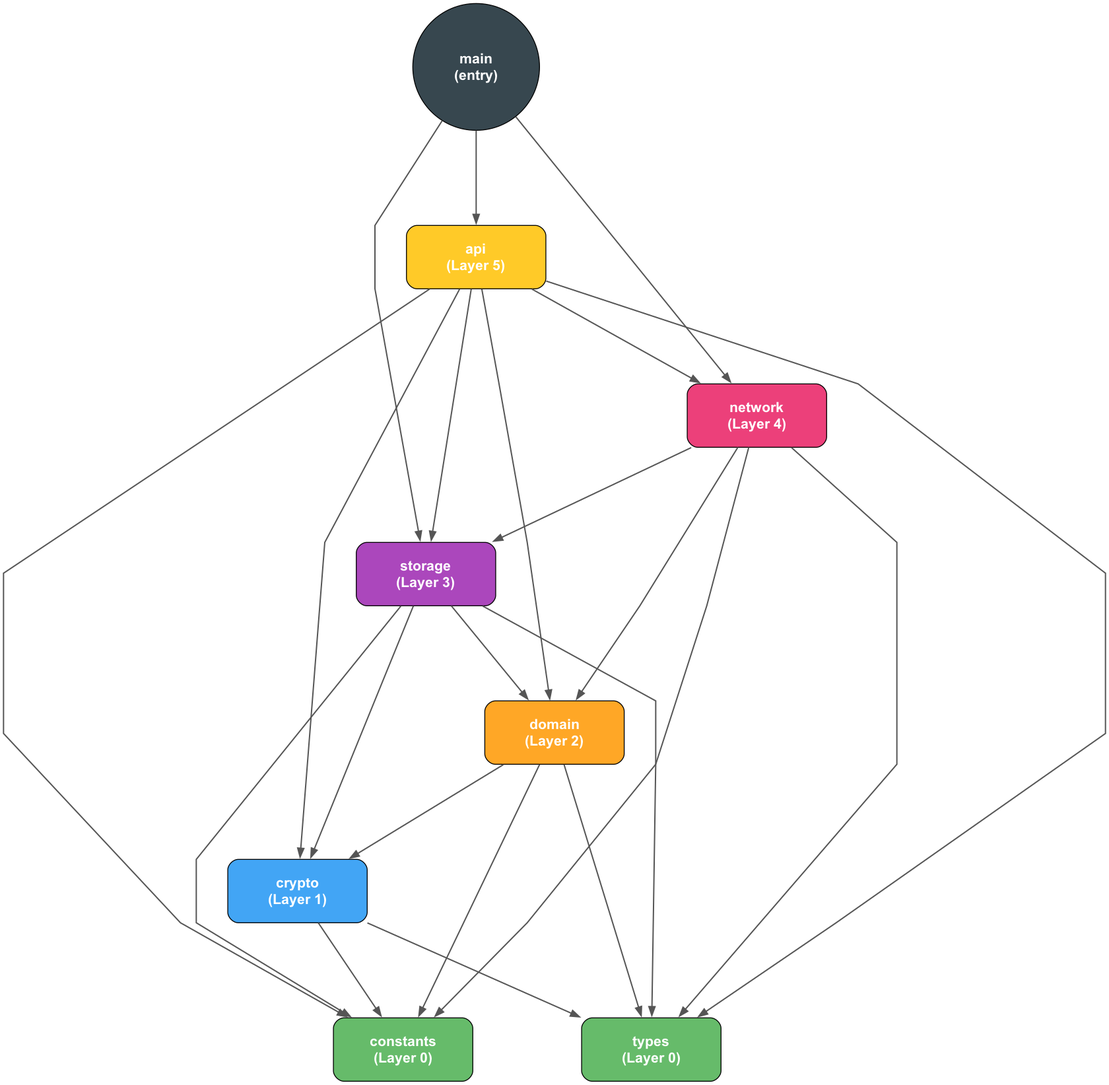
Above: docs/module-structure.png in aram-devdocs/goud_chain (Graphviz), before the change. Its source is kept beside it as docs/module-structure.dot.
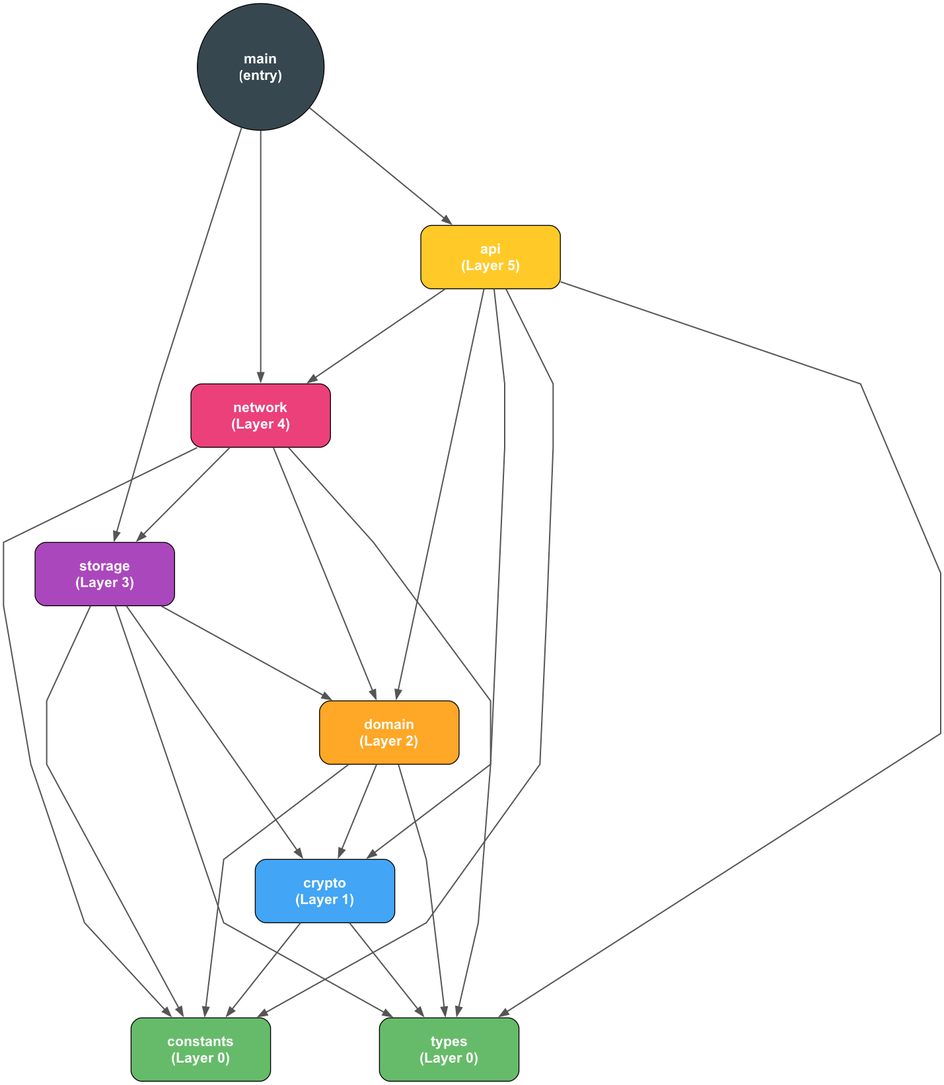
The same file after the commit.

Diff of the diagram source:
```diff
@@ -31,7 +31,6 @@
     api -> crypto;
     api -> domain;
     api -> network;
-    api -> storage;
     api -> types;
     crypto -> constants;
     crypto -> types;
```
